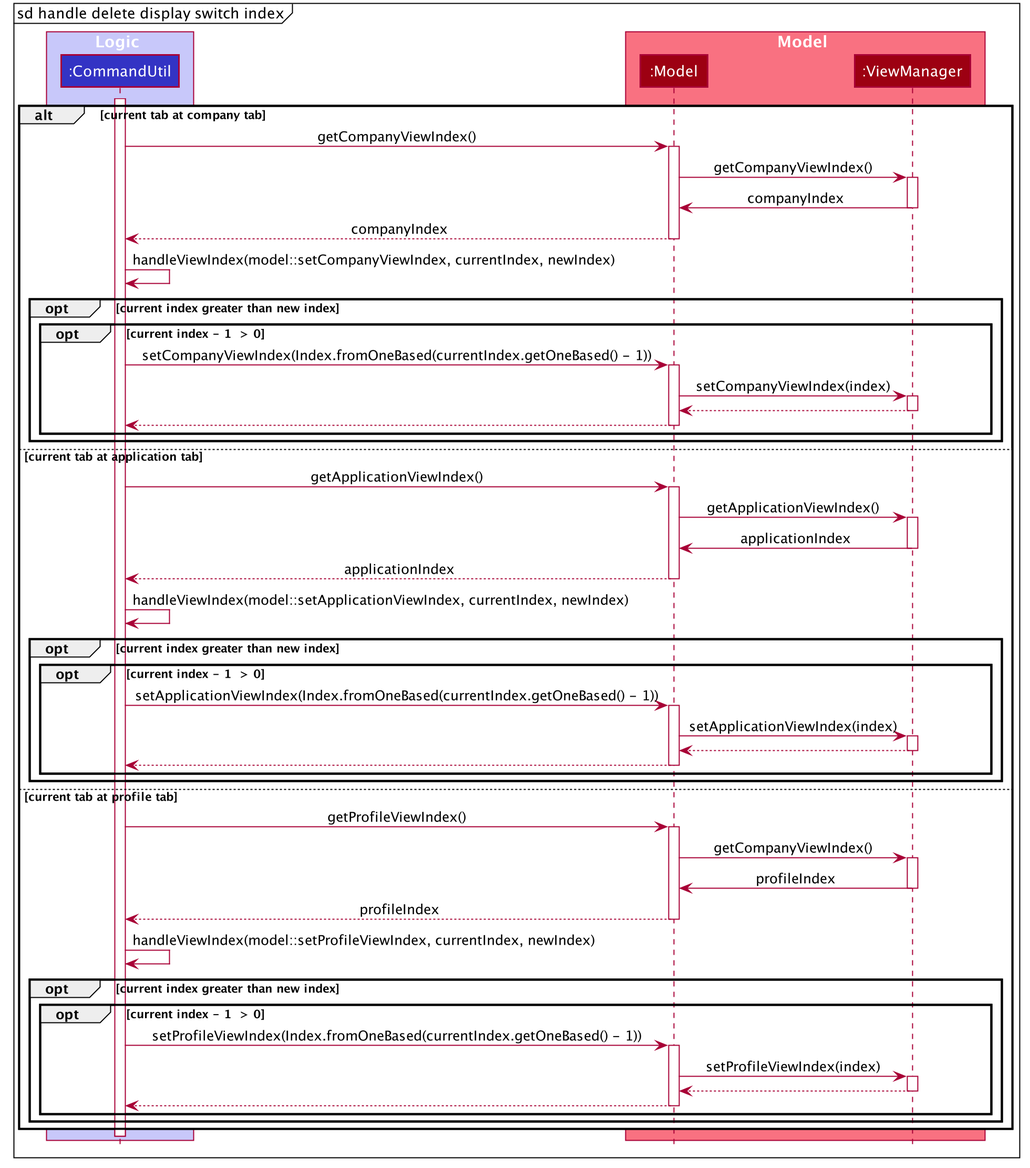
shawn-nyk/tp keeps this PlantUML diagram as docs/images/HandleDeleteDisplaySwitchIndexSequenceDiagram.png. Above is the earlier version.
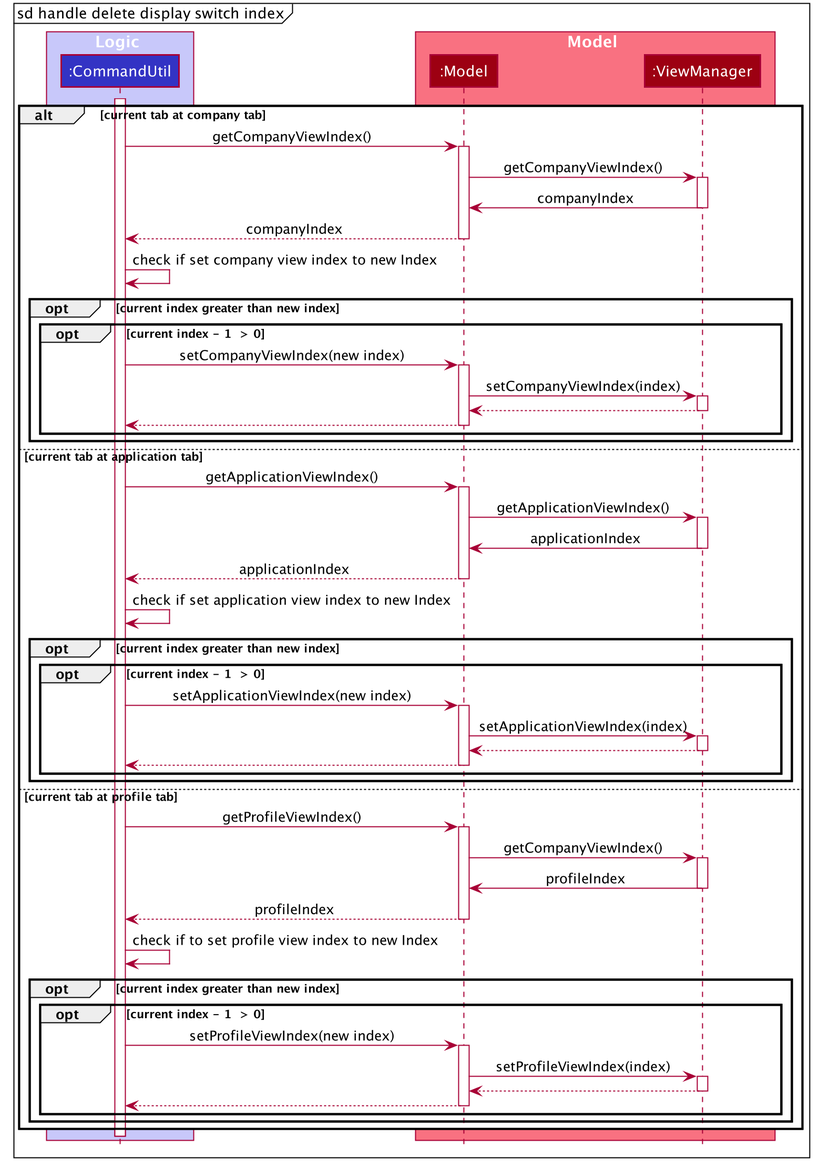
After the commit.

Diff of the diagram source:
```diff
@@ -71,10 +71,10 @@
     deactivate ViewManager
     Model --> CommandUtil : companyIndex
     deactivate Model
-    CommandUtil -> CommandUtil : handleViewIndex(model::setCompanyViewIndex, currentIndex, newIndex)
+    CommandUtil -> CommandUtil : check if set company view index to new Index
     opt current index greater than new index
         opt current index - 1  > 0
-            CommandUtil -> Model : setCompanyViewIndex(Index.fromOneBased(currentIndex.getOneBased() - 1))
+            CommandUtil -> Model : setCompanyViewIndex(new index)
             activate Model
             Model -> ViewManager : setCompanyViewIndex(index)
             activate ViewManager
@@ -93,10 +93,10 @@
     deactivate ViewManager
     Model --> CommandUtil : applicationIndex
     deactivate Model
-    CommandUtil -> CommandUtil : handleViewIndex(model::setApplicationViewIndex, currentIndex, newIndex)
+    CommandUtil -> CommandUtil : check if set application view index to new Index
     opt current index greater than new index
         opt current index - 1  > 0
-            CommandUtil -> Model : setApplicationViewIndex(Index.fromOneBased(currentIndex.getOneBased() - 1))
+            CommandUtil -> Model : setApplicationViewIndex(new index)
             activate Model
             Model -> ViewManager : setApplicationViewIndex(index)
             activate ViewManager
@@ -115,10 +115,10 @@
     deactivate ViewManager
     Model --> CommandUtil : profileIndex
     deactivate Model
-    CommandUtil -> CommandUtil : handleViewIndex(model::setProfileViewIndex, currentIndex, newIndex)
+    CommandUtil -> CommandUtil : check if to set profile view index to new Index
     opt current index greater than new index
         opt current index - 1  > 0
-            CommandUtil -> Model : setProfileViewIndex(Index.fromOneBased(currentIndex.getOneBased() - 1))
+            CommandUtil -> Model : setProfileViewIndex(new index)
             activate Model
             Model -> ViewManager : setProfileViewIndex(index)
             activate ViewManager
```
